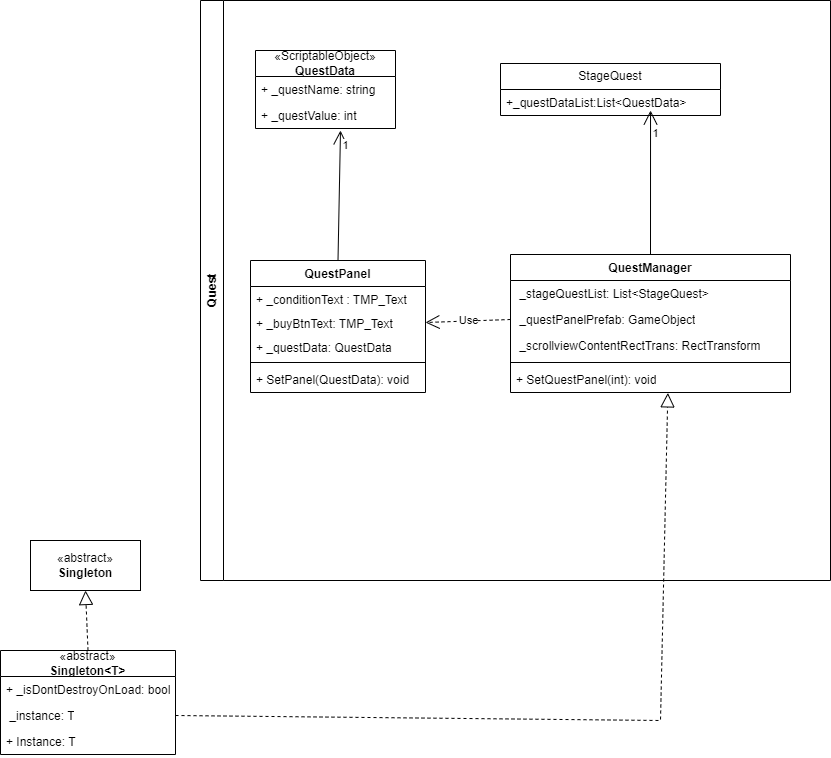
Earlier version of the draw.io export Restaurant_Tycoon.drawio.png (jiye-stingray/Restaurant_Tycoon). Source tidied: cells renumbered, new cells last; positions are measured from the earlier drawing's top-left corner, leaving out a move shared by most shapes.
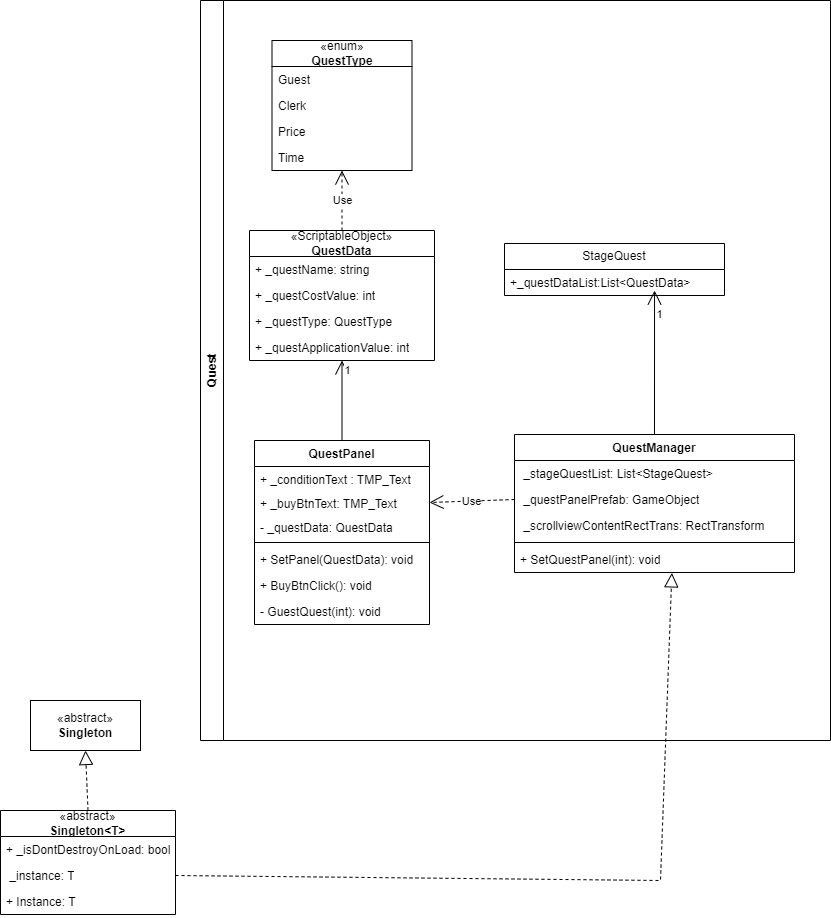
After the change.

Change to the diagram source:
```diff
@@ -3,19 +3,25 @@
     <mxCell id="0" />
     <mxCell id="1" parent="0" />
     <mxCell id="2" value="Quest" style="swimlane;horizontal=0;whiteSpace=wrap;html=1;" parent="1" vertex="1">
-      <mxGeometry x="200" width="630" height="580" as="geometry" />
+      <mxGeometry x="200" y="-160" width="630" height="740" as="geometry" />
     </mxCell>
     <mxCell id="3" value="«ScriptableObject»&lt;br style=&quot;border-color: var(--border-color);&quot;&gt;&lt;b style=&quot;border-color: var(--border-color);&quot;&gt;QuestData&lt;/b&gt;" style="swimlane;fontStyle=0;horizontal=1;startSize=26;fillColor=none;whiteSpace=wrap;html=1;" parent="2" vertex="1">
-      <mxGeometry x="55" y="50" width="140" height="78" as="geometry" />
+      <mxGeometry x="49" y="230" width="185" height="130" as="geometry" />
     </mxCell>
     <mxCell id="4" value="+ _questName: string" style="text;strokeColor=none;fillColor=none;align=left;verticalAlign=top;spacingLeft=4;spacingRight=4;overflow=hidden;whiteSpace=wrap;html=1;" parent="3" vertex="1">
-      <mxGeometry y="26" width="140" height="26" as="geometry" />
+      <mxGeometry y="26" width="185" height="26" as="geometry" />
     </mxCell>
-    <mxCell id="5" value="+ _questValue: int" style="text;strokeColor=none;fillColor=none;align=left;verticalAlign=top;spacingLeft=4;spacingRight=4;overflow=hidden;whiteSpace=wrap;html=1;" parent="3" vertex="1">
-      <mxGeometry y="52" width="140" height="26" as="geometry" />
+    <mxCell id="5" value="+ _questCostValue: int" style="text;strokeColor=none;fillColor=none;align=left;verticalAlign=top;spacingLeft=4;spacingRight=4;overflow=hidden;whiteSpace=wrap;html=1;" parent="3" vertex="1">
+      <mxGeometry y="52" width="185" height="26" as="geometry" />
     </mxCell>
+    <mxCell id="32" value="+ _questType: QuestType" style="text;strokeColor=none;fillColor=none;align=left;verticalAlign=top;spacingLeft=4;spacingRight=4;overflow=hidden;whiteSpace=wrap;html=1;" parent="3" vertex="1">
+      <mxGeometry y="78" width="185" height="26" as="geometry" />
+    </mxCell>
+    <mxCell id="33" value="+ _questApplicationValue: int" style="text;strokeColor=none;fillColor=none;align=left;verticalAlign=top;spacingLeft=4;spacingRight=4;overflow=hidden;points=[[0,0.5],[1,0.5]];portConstraint=eastwest;whiteSpace=wrap;html=1;" parent="3" vertex="1">
+      <mxGeometry y="104" width="185" height="26" as="geometry" />
+    </mxCell>
     <mxCell id="6" value="QuestPanel" style="swimlane;fontStyle=1;align=center;verticalAlign=top;horizontal=1;startSize=26;whiteSpace=wrap;html=1;" parent="2" vertex="1">
-      <mxGeometry x="50" y="260" width="175" height="132" as="geometry" />
+      <mxGeometry x="54" y="440" width="175" height="184" as="geometry" />
     </mxCell>
     <mxCell id="7" value="+ _conditionText : TMP_Text&lt;br&gt;" style="text;strokeColor=none;fillColor=none;align=left;verticalAlign=top;spacingLeft=4;spacingRight=4;overflow=hidden;whiteSpace=wrap;html=1;" parent="6" vertex="1">
       <mxGeometry y="26" width="175" height="24" as="geometry" />
@@ -23,7 +29,7 @@
     <mxCell id="8" value="+ _buyBtnText: TMP_Text" style="text;strokeColor=none;fillColor=none;align=left;verticalAlign=top;spacingLeft=4;spacingRight=4;overflow=hidden;points=[[0,0.5],[1,0.5]];portConstraint=eastwest;whiteSpace=wrap;html=1;" parent="6" vertex="1">
       <mxGeometry y="50" width="175" height="24" as="geometry" />
     </mxCell>
-    <mxCell id="9" value="+ _questData: QuestData" style="text;strokeColor=none;fillColor=none;align=left;verticalAlign=top;spacingLeft=4;spacingRight=4;overflow=hidden;whiteSpace=wrap;html=1;" parent="6" vertex="1">
+    <mxCell id="9" value="- _questData: QuestData" style="text;strokeColor=none;fillColor=none;align=left;verticalAlign=top;spacingLeft=4;spacingRight=4;overflow=hidden;whiteSpace=wrap;html=1;" parent="6" vertex="1">
       <mxGeometry y="74" width="175" height="24" as="geometry" />
     </mxCell>
     <mxCell id="10" style="line;strokeWidth=1;fillColor=none;align=left;verticalAlign=middle;spacingTop=-1;spacingLeft=3;spacingRight=3;labelPosition=right;strokeColor=inherit;" parent="6" vertex="1">
@@ -32,8 +38,14 @@
     <mxCell id="11" value="+ SetPanel(QuestData): void" style="text;strokeColor=none;fillColor=none;align=left;verticalAlign=top;spacingLeft=4;spacingRight=4;overflow=hidden;whiteSpace=wrap;html=1;" parent="6" vertex="1">
       <mxGeometry y="106" width="175" height="26" as="geometry" />
     </mxCell>
+    <mxCell id="34" value="+&amp;nbsp;BuyBtnClick(): void" style="text;strokeColor=none;fillColor=none;align=left;verticalAlign=top;spacingLeft=4;spacingRight=4;overflow=hidden;whiteSpace=wrap;html=1;" parent="6" vertex="1">
+      <mxGeometry y="132" width="175" height="26" as="geometry" />
+    </mxCell>
+    <mxCell id="35" value="- GuestQuest(int): void" style="text;strokeColor=none;fillColor=none;align=left;verticalAlign=top;spacingLeft=4;spacingRight=4;overflow=hidden;whiteSpace=wrap;html=1;" parent="6" vertex="1">
+      <mxGeometry y="158" width="175" height="26" as="geometry" />
+    </mxCell>
     <mxCell id="12" value="QuestManager" style="swimlane;fontStyle=1;align=center;verticalAlign=top;horizontal=1;startSize=26;whiteSpace=wrap;html=1;" parent="2" vertex="1">
-      <mxGeometry x="310" y="254" width="280" height="138" as="geometry" />
+      <mxGeometry x="314" y="434" width="280" height="138" as="geometry" />
     </mxCell>
     <mxCell id="13" value="&amp;nbsp;_stageQuestList: List&amp;lt;StageQuest&amp;gt;" style="text;strokeColor=none;fillColor=none;align=left;verticalAlign=top;spacingLeft=4;spacingRight=4;overflow=hidden;whiteSpace=wrap;html=1;" parent="12" vertex="1">
       <mxGeometry y="26" width="280" height="26" as="geometry" />
@@ -51,15 +63,13 @@
       <mxGeometry y="112" width="280" height="26" as="geometry" />
     </mxCell>
     <mxCell id="18" value="StageQuest" style="swimlane;fontStyle=0;horizontal=1;startSize=26;fillColor=none;whiteSpace=wrap;html=1;" parent="2" vertex="1">
-      <mxGeometry x="300" y="63" width="220" height="52" as="geometry" />
+      <mxGeometry x="304" y="243" width="220" height="52" as="geometry" />
     </mxCell>
     <mxCell id="19" value="+_questDataList:List&amp;lt;QuestData&amp;gt;" style="text;strokeColor=none;fillColor=none;align=left;verticalAlign=top;spacingLeft=4;spacingRight=4;overflow=hidden;points=[[0,0.5],[1,0.5]];portConstraint=eastwest;whiteSpace=wrap;html=1;" parent="18" vertex="1">
       <mxGeometry y="26" width="220" height="26" as="geometry" />
     </mxCell>
-    <mxCell id="20" style="endArrow=open;endFill=1;endSize=12;html=1;rounded=0;exitX=0.5;exitY=0;exitDx=0;exitDy=0;" parent="2" edge="1" source="6">
-      <mxGeometry relative="1" as="geometry">
-        <mxPoint x="140" y="130" as="targetPoint" />
-      </mxGeometry>
+    <mxCell id="20" style="endArrow=open;endFill=1;endSize=12;html=1;rounded=0;exitX=0.5;exitY=0;exitDx=0;exitDy=0;" parent="2" edge="1" source="6" target="33">
+      <mxGeometry relative="1" as="geometry" />
     </mxCell>
     <mxCell id="21" value="1" style="edgeLabel;html=1;align=center;verticalAlign=middle;" parent="20" vertex="1">
       <mxGeometry x="0.77" y="-5" relative="1" as="geometry" />
@@ -73,6 +83,24 @@
     <mxCell id="24" value="Use" style="endArrow=open;endSize=12;dashed=1;html=1;rounded=0;exitX=0;exitY=0.5;exitDx=0;exitDy=0;entryX=1;entryY=0.5;entryDx=0;entryDy=0;" parent="2" edge="1" source="14" target="8">
       <mxGeometry relative="1" as="geometry" />
     </mxCell>
+    <mxCell id="36" value="«enum»&lt;br style=&quot;border-color: var(--border-color);&quot;&gt;&lt;b style=&quot;border-color: var(--border-color);&quot;&gt;QuestType&lt;br&gt;&lt;/b&gt;" style="swimlane;fontStyle=0;horizontal=1;startSize=26;fillColor=none;whiteSpace=wrap;html=1;" parent="2" vertex="1">
+      <mxGeometry x="71.5" y="40" width="140" height="130" as="geometry" />
+    </mxCell>
+    <mxCell id="37" value="Guest" style="text;strokeColor=none;fillColor=none;align=left;verticalAlign=top;spacingLeft=4;spacingRight=4;overflow=hidden;whiteSpace=wrap;html=1;" parent="36" vertex="1">
+      <mxGeometry y="26" width="140" height="26" as="geometry" />
+    </mxCell>
+    <mxCell id="38" value="Clerk" style="text;strokeColor=none;fillColor=none;align=left;verticalAlign=top;spacingLeft=4;spacingRight=4;overflow=hidden;whiteSpace=wrap;html=1;" parent="36" vertex="1">
+      <mxGeometry y="52" width="140" height="26" as="geometry" />
+    </mxCell>
+    <mxCell id="39" value="Price" style="text;strokeColor=none;fillColor=none;align=left;verticalAlign=top;spacingLeft=4;spacingRight=4;overflow=hidden;whiteSpace=wrap;html=1;" parent="36" vertex="1">
+      <mxGeometry y="78" width="140" height="26" as="geometry" />
+    </mxCell>
+    <mxCell id="40" value="Time" style="text;strokeColor=none;fillColor=none;align=left;verticalAlign=top;spacingLeft=4;spacingRight=4;overflow=hidden;points=[[0,0.5],[1,0.5]];portConstraint=eastwest;whiteSpace=wrap;html=1;" parent="36" vertex="1">
+      <mxGeometry y="104" width="140" height="26" as="geometry" />
+    </mxCell>
+    <mxCell id="41" value="Use" style="endArrow=open;endSize=12;dashed=1;html=1;rounded=0;exitX=0.5;exitY=0;exitDx=0;exitDy=0;" parent="2" edge="1" source="3" target="40">
+      <mxGeometry relative="1" as="geometry" />
+    </mxCell>
     <mxCell id="25" value="«abstract»&lt;br&gt;&lt;b&gt;Singleton&lt;/b&gt;" style="html=1;whiteSpace=wrap;" parent="1" vertex="1">
       <mxGeometry x="30" y="540" width="110" height="50" as="geometry" />
     </mxCell>
```
